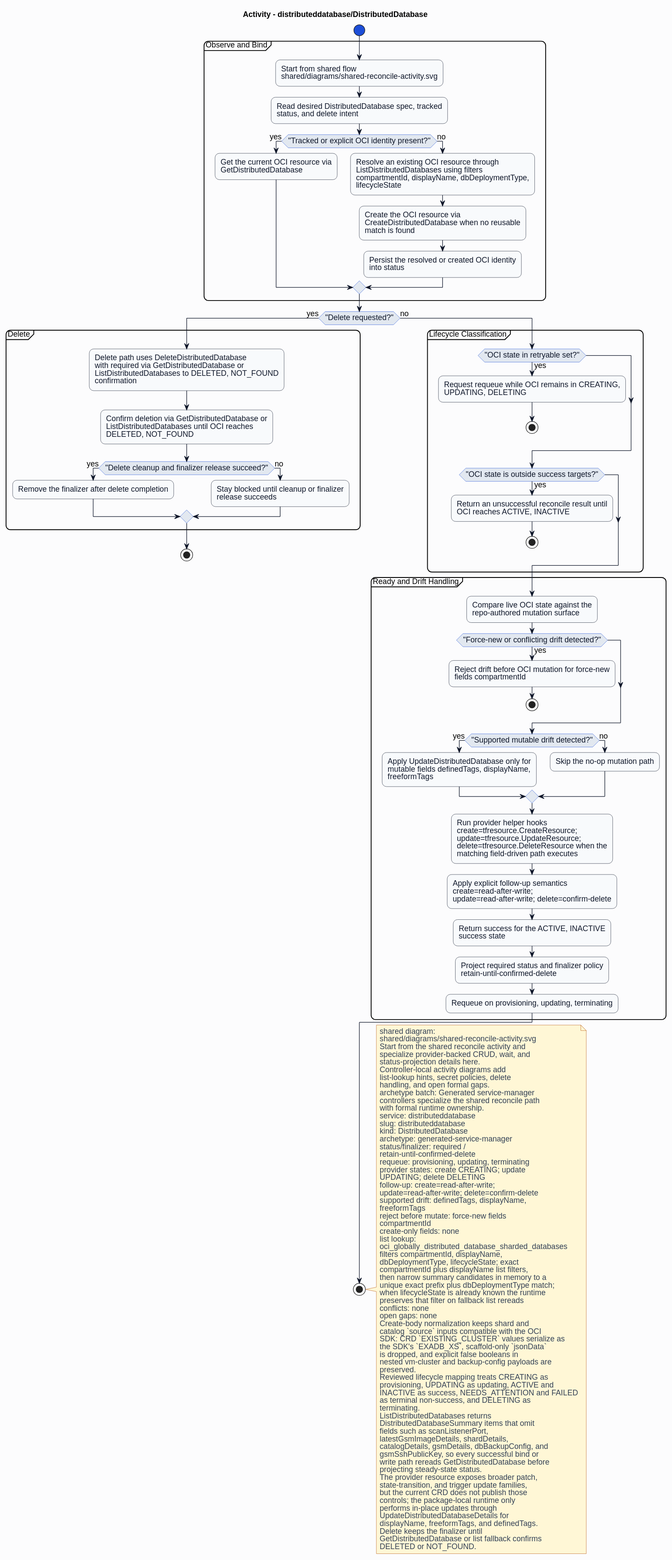
Before: formal/controllers/distributeddatabase/distributeddatabase/diagrams/activity.svg, a diagram exported from PlantUML (HaoyL666/oci-service-operator). Source of this version:
```plantuml
@startuml
skinparam shadowing false
skinparam backgroundColor #fcfcfd
skinparam defaultFontName Helvetica
skinparam defaultFontSize 14
skinparam arrowColor #0f172a
skinparam noteBackgroundColor #fff7d6
skinparam noteBorderColor #b45309
skinparam noteFontColor #334155
skinparam roundcorner 16
title Activity - distributeddatabase/DistributedDatabase
skinparam activity {
  backgroundColor #f8fafc
  borderColor #0f172a
  fontColor #0f172a
  diamondBackgroundColor #e2e8f0
  diamondBorderColor #1d4ed8
  diamondFontColor #0f172a
  startColor #1d4ed8
  endColor #0f172a
  barColor #1d4ed8
}
start
partition "Observe and Bind" {
:Start from shared flow\nshared/diagrams/shared-reconcile-activity.svg;
:Read desired DistributedDatabase spec, tracked\nstatus, and delete intent;
if ("Tracked or explicit OCI identity present?") then (yes)
:Get the current OCI resource via\nGetDistributedDatabase;
else (no)
:Resolve an existing OCI resource through\nListDistributedDatabases using filters\ncompartmentId, displayName, dbDeploymentType,\nlifecycleState;
:Create the OCI resource via\nCreateDistributedDatabase when no reusable\nmatch is found;
:Persist the resolved or created OCI identity\ninto status;
endif
}
if ("Delete requested?") then (yes)
partition "Delete" {
:Delete path uses DeleteDistributedDatabase\nwith required via GetDistributedDatabase or\nListDistributedDatabases to DELETED, NOT_FOUND\nconfirmation;
:Confirm deletion via GetDistributedDatabase or\nListDistributedDatabases until OCI reaches\nDELETED, NOT_FOUND;
if ("Delete cleanup and finalizer release succeed?") then (yes)
:Remove the finalizer after delete completion;
else (no)
:Stay blocked until cleanup or finalizer\nrelease succeeds;
endif
}
stop
else (no)
partition "Lifecycle Classification" {
if ("OCI state in retryable set?") then (yes)
:Request requeue while OCI remains in CREATING,\nUPDATING, DELETING;
stop
endif
if ("OCI state is outside success targets?") then (yes)
:Return an unsuccessful reconcile result until\nOCI reaches ACTIVE, INACTIVE;
stop
endif
}
partition "Ready and Drift Handling" {
:Compare live OCI state against the\nrepo-authored mutation surface;
if ("Force-new or conflicting drift detected?") then (yes)
:Reject drift before OCI mutation for force-new\nfields compartmentId;
stop
endif
if ("Supported mutable drift detected?") then (yes)
:Apply UpdateDistributedDatabase only for\nmutable fields definedTags, displayName,\nfreeformTags;
else (no)
:Skip the no-op mutation path;
endif
:Run provider helper hooks\ncreate=tfresource.CreateResource;\nupdate=tfresource.UpdateResource;\ndelete=tfresource.DeleteResource when the\nmatching field-driven path executes;
:Apply explicit follow-up semantics\ncreate=read-after-write;\nupdate=read-after-write; delete=confirm-delete;
:Return success for the ACTIVE, INACTIVE\nsuccess state;
:Project required status and finalizer policy\nretain-until-confirmed-delete;
:Requeue on provisioning, updating, terminating;
}
endif
stop
note right
shared diagram:
shared/diagrams/shared-reconcile-activity.svg
Start from the shared reconcile activity and
specialize provider-backed CRUD, wait, and
status-projection details here.
Controller-local activity diagrams add
list-lookup hints, secret policies, delete
handling, and open formal gaps.
archetype batch: Generated service-manager
controllers specialize the shared reconcile path
with formal runtime ownership.
service: distributeddatabase
slug: distributeddatabase
kind: DistributedDatabase
archetype: generated-service-manager
status/finalizer: required /
retain-until-confirmed-delete
requeue: provisioning, updating, terminating
provider states: create CREATING; update
UPDATING; delete DELETING
follow-up: create=read-after-write;
update=read-after-write; delete=confirm-delete
supported drift: definedTags, displayName,
freeformTags
reject before mutate: force-new fields
compartmentId
create-only fields: none
list lookup:
oci_globally_distributed_database_sharded_databases
filters compartmentId, displayName,
dbDeploymentType, lifecycleState; exact
compartmentId plus displayName list filters,
then narrow summary candidates in memory to a
unique exact prefix plus dbDeploymentType match;
when lifecycleState is already known the runtime
preserves that filter on fallback list rereads
conflicts: none
open gaps: none
Create-body normalization keeps shard and
catalog `source` inputs compatible with the OCI
SDK: CRD `EXISTING_CLUSTER` values serialize as
the SDK's `EXADB_XS`, scaffold-only `jsonData`
is dropped, and explicit false booleans in
nested vm-cluster and backup-config payloads are
preserved.
Reviewed lifecycle mapping treats CREATING as
provisioning, UPDATING as updating, ACTIVE and
INACTIVE as success, NEEDS_ATTENTION and FAILED
as terminal non-success, and DELETING as
terminating.
ListDistributedDatabases returns
DistributedDatabaseSummary items that omit
fields such as scanListenerPort,
latestGsmImageDetails, shardDetails,
catalogDetails, gsmDetails, dbBackupConfig, and
gsmSshPublicKey, so every successful bind or
write path rereads GetDistributedDatabase before
projecting steady-state status.
The provider resource exposes broader patch,
state-transition, and trigger update families,
but the current CRD does not publish those
controls; the package-local runtime only
performs in-place updates through
UpdateDistributedDatabaseDetails for
displayName, freeformTags, and definedTags.
Delete keeps the finalizer until
GetDistributedDatabase or list fallback confirms
DELETED or NOT_FOUND.
end note
@enduml
```
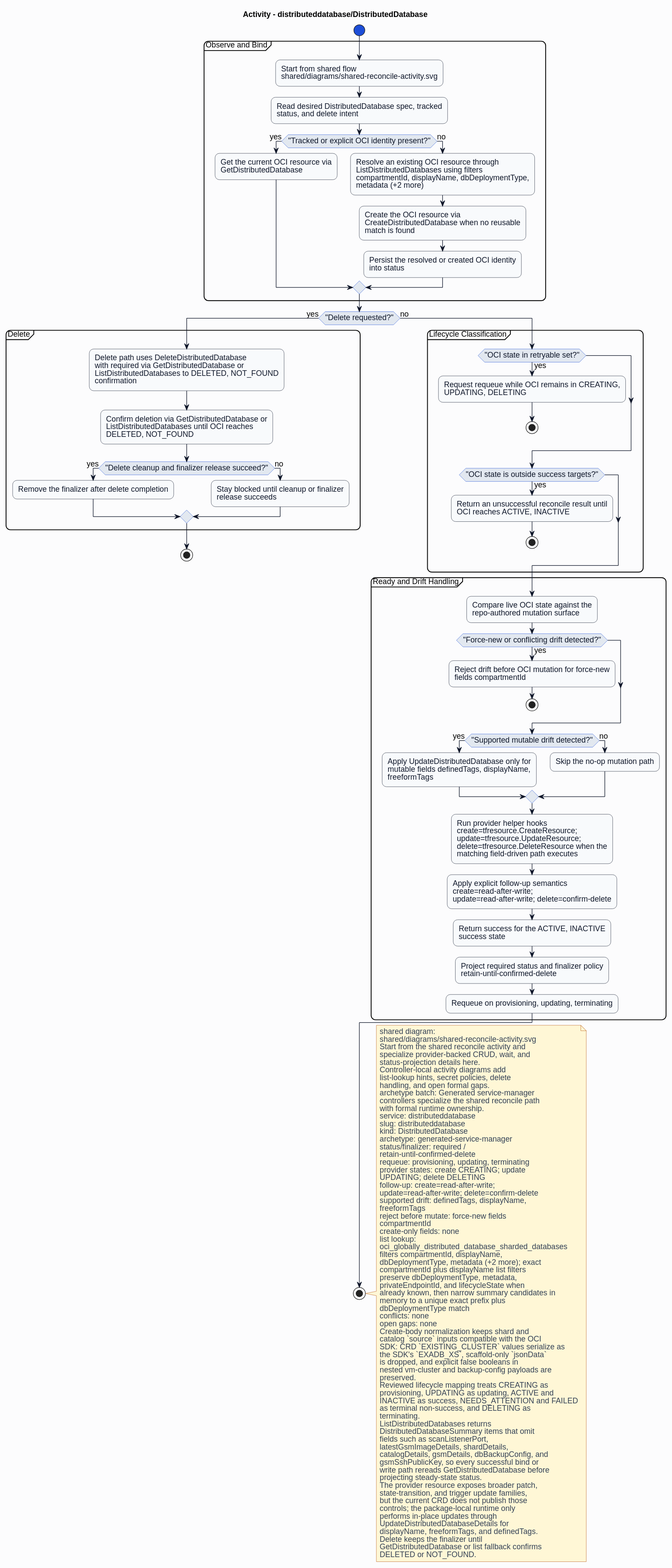
After the change.

Change to the diagram source:
```diff
@@ -27,7 +27,7 @@
 if ("Tracked or explicit OCI identity present?") then (yes)
 :Get the current OCI resource via\nGetDistributedDatabase;
 else (no)
-:Resolve an existing OCI resource through\nListDistributedDatabases using filters\ncompartmentId, displayName, dbDeploymentType,\nlifecycleState;
+:Resolve an existing OCI resource through\nListDistributedDatabases using filters\ncompartmentId, displayName, dbDeploymentType,\nmetadata (+2 more);
 :Create the OCI resource via\nCreateDistributedDatabase when no reusable\nmatch is found;
 :Persist the resolved or created OCI identity\ninto status;
 endif
@@ -104,12 +104,13 @@
 list lookup:
 oci_globally_distributed_database_sharded_databases
 filters compartmentId, displayName,
-dbDeploymentType, lifecycleState; exact
-compartmentId plus displayName list filters,
-then narrow summary candidates in memory to a
-unique exact prefix plus dbDeploymentType match;
-when lifecycleState is already known the runtime
-preserves that filter on fallback list rereads
+dbDeploymentType, metadata (+2 more); exact
+compartmentId plus displayName list filters
+preserve dbDeploymentType, metadata,
+privateEndpointId, and lifecycleState when
+already known, then narrow summary candidates in
+memory to a unique exact prefix plus
+dbDeploymentType match
 conflicts: none
 open gaps: none
 Create-body normalization keeps shard and
```
